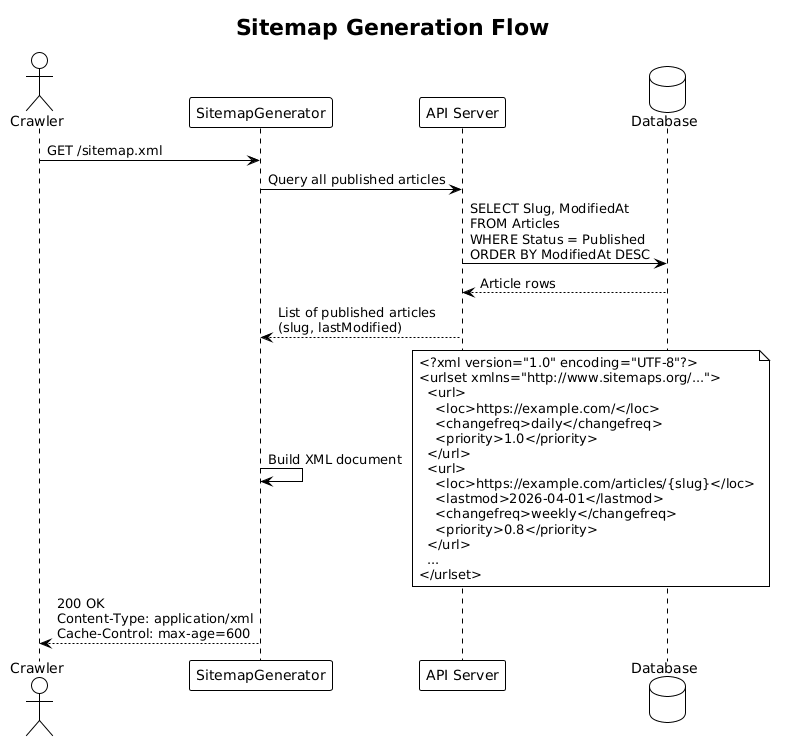
The PlantUML diagram docs/detailed-designs/05-seo-and-discoverability/diagrams/sequence_sitemap.png in QuinntyneBrown/Blog, before a commit.
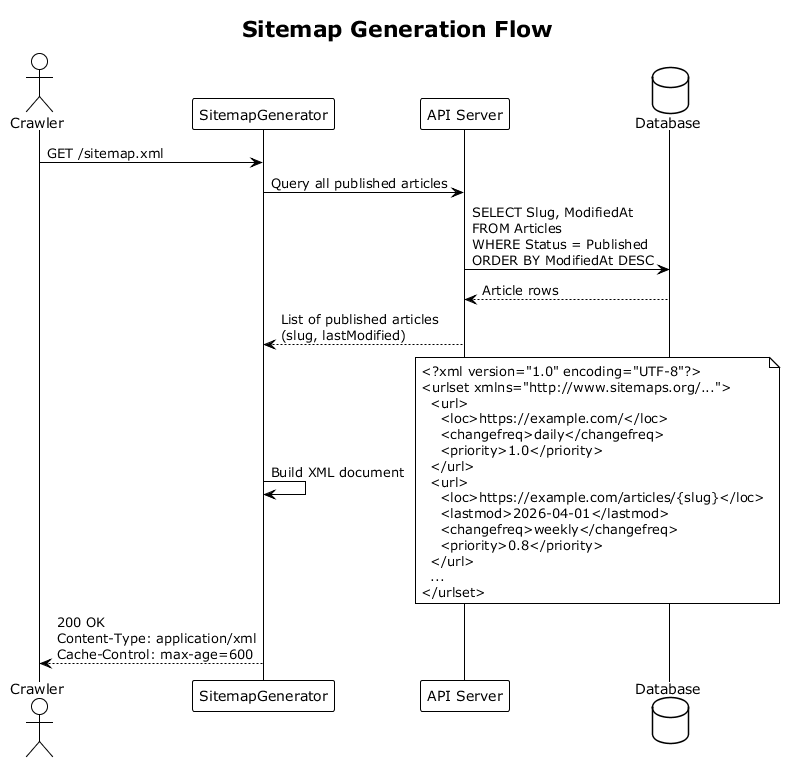
Later version of the same file.

Diff of the diagram source:
```diff
@@ -1,4 +1,4 @@
-@startuml
+@startuml sequence_sitemap
 !theme plain
 
 title Sitemap Generation Flow
@@ -35,4 +35,5 @@
 end note
 
 sitemap --> crawler : 200 OK\nContent-Type: application/xml\nCache-Control: max-age=600
+
 @enduml
```
